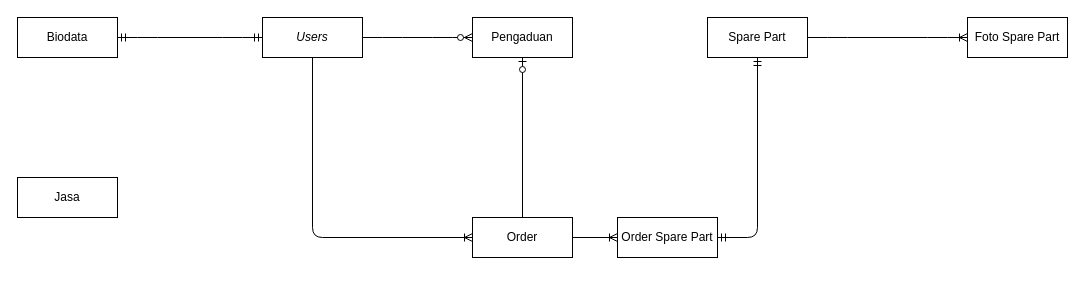
Before: ERD.drawio in Naveigell/ta2, a draw.io diagram. Source tidied: cells renumbered, new cells numbered last; positions are measured from the earlier drawing's top-left corner, leaving out a move shared by most shapes. Both pictures are drawn from the tidied source at 100%, with x=0, y=0 at pixel (17, 17).
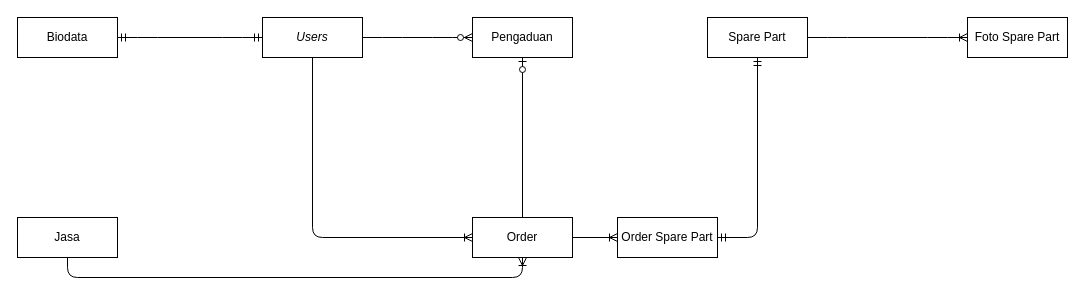
The same diagram, later.

The change refers to these unchanged cells:
```xml
<mxCell id="8" value="Order" style="whiteSpace=wrap;html=1;align=center;" parent="1" vertex="1">
  <mxGeometry x="455" y="200" width="100" height="40" as="geometry" />
</mxCell>
```

Change to the diagram source:
```diff
@@
+    <mxCell id="17" style="edgeStyle=orthogonalEdgeStyle;rounded=1;jettySize=auto;html=1;entryX=0.5;entryY=1;entryDx=0;entryDy=0;endArrow=ERoneToMany;endFill=0;startArrow=none;startFill=0;" parent="1" edge="1" source="14" target="8">
+      <mxGeometry relative="1" as="geometry">
+        <Array as="points">
+          <mxPoint x="50" y="260" />
+          <mxPoint x="505" y="260" />
+        </Array>
+      </mxGeometry>
+    </mxCell>
     <mxCell id="14" value="Jasa" style="whiteSpace=wrap;html=1;align=center;" parent="1" vertex="1">
-      <mxGeometry y="160" width="100" height="40" as="geometry" />
+      <mxGeometry y="200" width="100" height="40" as="geometry" />
     </mxCell>
```
